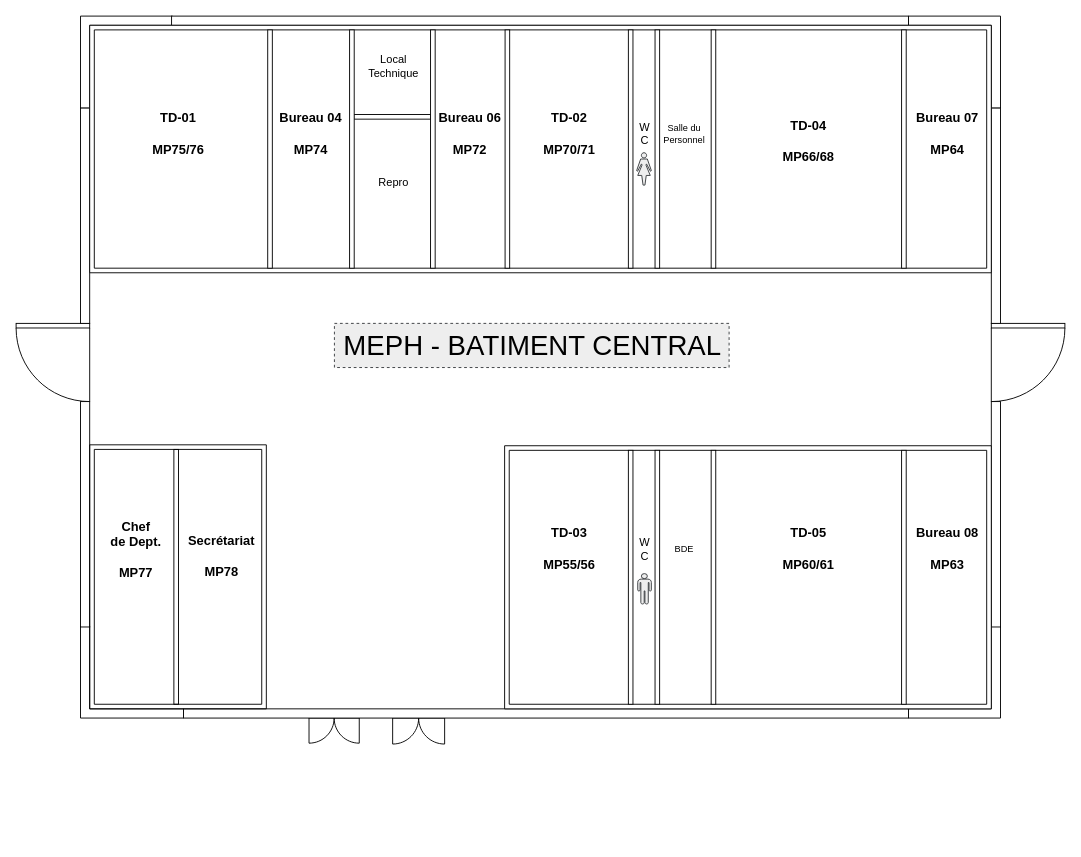
This is meph-plan_chimie.drawio from gI7DUmmY/diagrams, a draw.io file, before an edit. Source tidied: cells renumbered, new cells numbered last; positions are measured from the earlier drawing's top-left corner, leaving out a move shared by most shapes. Both pictures are drawn from the tidied source at 92%, with x=0, y=0 at pixel (16, 16).
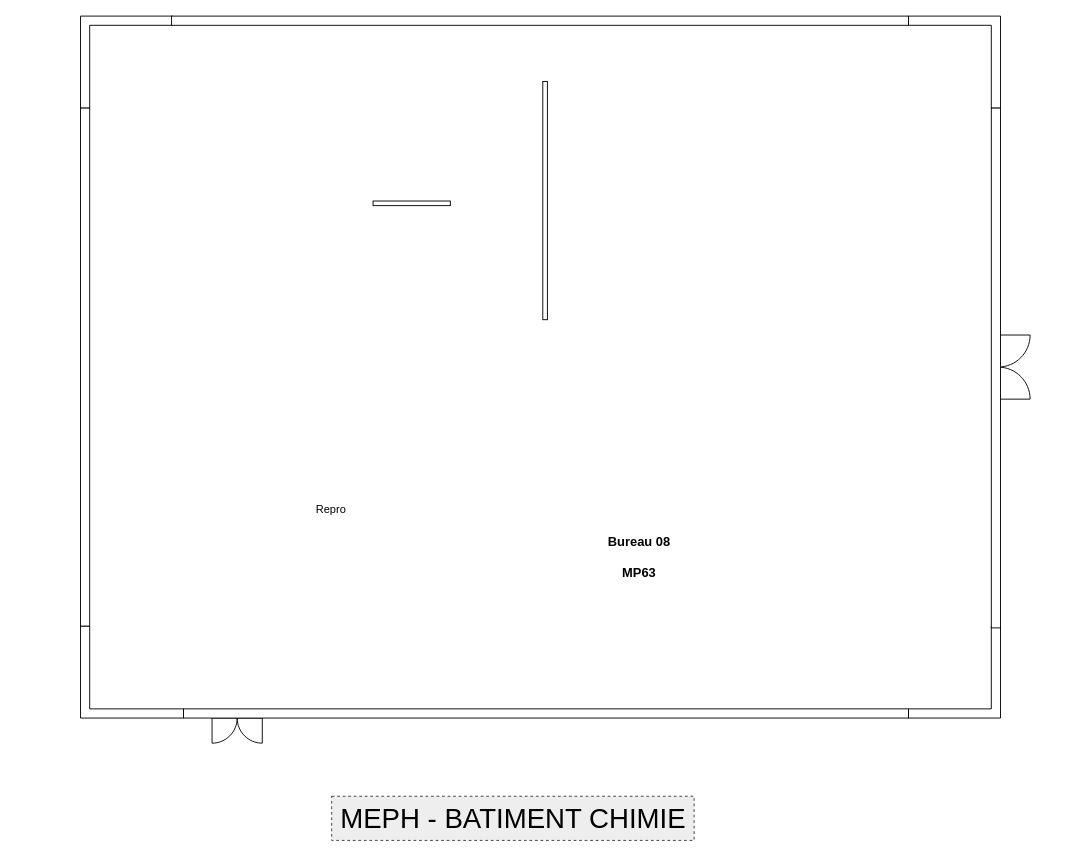
The same diagram, later.

Commit message (it also covers changes not shown here):
Mettre à jour meph-plan_chimie.drawio

Change to the diagram source:
```diff
@@
+    <mxCell id="27" style="verticalLabelPosition=bottom;html=1;verticalAlign=top;align=center;shape=mxgraph.floorplan.doorDouble;strokeColor=default;fontFamily=Helvetica;fontSize=12;fontColor=default;fillColor=default;" parent="1" vertex="1">
+      <mxGeometry x="213" y="758" width="54.6" height="29" as="geometry" />
+    </mxCell>
+    <mxCell id="53" style="verticalLabelPosition=bottom;html=1;verticalAlign=top;align=center;shape=mxgraph.floorplan.doorDouble;rotation=-90;" parent="1" vertex="1">
+      <mxGeometry x="1046" y="363" width="69.7" height="37" as="geometry" />
+    </mxCell>
     <mxCell id="2" style="verticalLabelPosition=bottom;html=1;verticalAlign=top;align=center;shape=mxgraph.floorplan.wall;fontFamily=Helvetica;fontSize=12;fillColor=default;wallThickness=5;" parent="1" vertex="1">
-      <mxGeometry x="367" y="109" width="84" height="1" as="geometry" />
+      <mxGeometry x="388" y="203" width="84" height="1" as="geometry" />
     </mxCell>
-    <mxCell id="3" style="verticalLabelPosition=bottom;html=1;verticalAlign=top;align=center;shape=mxgraph.floorplan.doorRight;" parent="1" vertex="1">
-      <mxGeometry y="334" width="80" height="85" as="geometry" />
-    </mxCell>
-    <mxCell id="4" style="verticalLabelPosition=bottom;html=1;verticalAlign=top;align=center;shape=mxgraph.floorplan.doorLeft;" parent="1" vertex="1">
-      <mxGeometry x="1060" y="334" width="80" height="85" as="geometry" />
-    </mxCell>
@@
     <mxCell id="9" style="verticalLabelPosition=bottom;html=1;verticalAlign=top;align=center;shape=mxgraph.floorplan.wall;direction=south;" parent="1" vertex="1">
-      <mxGeometry x="1060" y="100" width="10" height="234" as="geometry" />
+      <mxGeometry x="1060" y="100" width="10" height="565" as="geometry" />
     </mxCell>
-    <mxCell id="10" style="verticalLabelPosition=bottom;html=1;verticalAlign=top;align=center;shape=mxgraph.floorplan.wall;direction=south;" parent="1" vertex="1">
-      <mxGeometry x="1060" y="419" width="10" height="245" as="geometry" />
-    </mxCell>
     <mxCell id="11" style="verticalLabelPosition=bottom;html=1;verticalAlign=top;align=center;shape=mxgraph.floorplan.wall;direction=south;" parent="1" vertex="1">
-      <mxGeometry x="70" y="100" width="10" height="234" as="geometry" />
+      <mxGeometry x="70" y="100" width="10" height="563" as="geometry" />
     </mxCell>
-    <mxCell id="12" style="verticalLabelPosition=bottom;html=1;verticalAlign=top;align=center;shape=mxgraph.floorplan.wall;direction=south;" parent="1" vertex="1">
-      <mxGeometry x="70" y="419" width="10" height="245" as="geometry" />
-    </mxCell>
@@
-    <mxCell id="14" style="verticalLabelPosition=bottom;html=1;verticalAlign=top;align=center;shape=mxgraph.floorplan.wall;direction=south;wallThickness=5;" parent="1" vertex="1">
-      <mxGeometry x="169" y="471" width="10" height="277" as="geometry" />
-    </mxCell>
-    <mxCell id="15" value="Chef&lt;div style=&quot;font-size: 14px;&quot;&gt;de Dept.&lt;/div&gt;&lt;div style=&quot;font-size: 14px;&quot;&gt;&lt;br style=&quot;font-size: 14px;&quot;&gt;&lt;/div&gt;&lt;div style=&quot;font-size: 14px;&quot;&gt;MP77&lt;/div&gt;" style="text;html=1;align=center;verticalAlign=middle;strokeColor=none;fillColor=none;fontStyle=1;fontSize=14;" parent="1" vertex="1">
-      <mxGeometry x="94" y="540" width="71" height="79" as="geometry" />
-    </mxCell>
-    <mxCell id="16" value="Secrétariat&lt;div style=&quot;font-size: 14px;&quot;&gt;&lt;br style=&quot;font-size: 14px;&quot;&gt;&lt;/div&gt;&lt;div style=&quot;font-size: 14px;&quot;&gt;MP78&lt;/div&gt;" style="text;html=1;align=center;verticalAlign=middle;strokeColor=none;fillColor=none;fontStyle=1;fontSize=14;" parent="1" vertex="1">
-      <mxGeometry x="180" y="556" width="86" height="62" as="geometry" />
-    </mxCell>
-    <mxCell id="17" style="verticalLabelPosition=bottom;html=1;verticalAlign=top;align=center;shape=mxgraph.floorplan.room;wallThickness=5;" parent="1" vertex="1">
-      <mxGeometry x="80" y="10" width="980" height="269" as="geometry" />
-    </mxCell>
-    <mxCell id="18" style="verticalLabelPosition=bottom;html=1;verticalAlign=top;align=center;shape=mxgraph.floorplan.wall;direction=south;fontFamily=Helvetica;fontSize=12;wallThickness=5;" parent="1" vertex="1">
-      <mxGeometry x="271" y="15" width="10" height="259" as="geometry" />
-    </mxCell>
-    <mxCell id="19" value="TD-01&lt;div style=&quot;font-size: 14px;&quot;&gt;&lt;br style=&quot;font-size: 14px;&quot;&gt;&lt;/div&gt;&lt;div style=&quot;font-size: 14px;&quot;&gt;MP75/76&lt;/div&gt;" style="text;html=1;align=center;verticalAlign=middle;strokeColor=none;fillColor=none;fontFamily=Helvetica;fontSize=14;fontColor=default;fontStyle=1;" parent="1" vertex="1">
-      <mxGeometry x="139" y="97" width="74" height="62" as="geometry" />
-    </mxCell>
-    <mxCell id="20" style="verticalLabelPosition=bottom;html=1;verticalAlign=top;align=center;shape=mxgraph.floorplan.wall;direction=south;fontFamily=Helvetica;fontSize=12;wallThickness=5;" parent="1" vertex="1">
-      <mxGeometry x="360" y="15" width="10" height="259" as="geometry" />
-    </mxCell>
     <mxCell id="21" style="verticalLabelPosition=bottom;html=1;verticalAlign=top;align=center;shape=mxgraph.floorplan.wall;direction=south;fontFamily=Helvetica;fontSize=12;wallThickness=5;" parent="1" vertex="1">
-      <mxGeometry x="448" y="15" width="10" height="259" as="geometry" />
+      <mxGeometry x="570" y="71" width="10" height="259" as="geometry" />
     </mxCell>
-    <mxCell id="22" value="Local&lt;div&gt;Technique&lt;/div&gt;" style="text;html=1;align=center;verticalAlign=middle;strokeColor=none;fillColor=none;fontFamily=Helvetica;fontSize=12;fontColor=default;" parent="1" vertex="1">
-      <mxGeometry x="373" y="34" width="73" height="41" as="geometry" />
-    </mxCell>
     <mxCell id="23" value="Repro" style="text;html=1;align=center;verticalAlign=middle;strokeColor=none;fillColor=none;fontFamily=Helvetica;fontSize=12;fontColor=default;" parent="1" vertex="1">
-      <mxGeometry x="384" y="168" width="51" height="26" as="geometry" />
+      <mxGeometry x="316" y="524" width="51" height="26" as="geometry" />
     </mxCell>
-    <mxCell id="24" value="Bureau 04&lt;div style=&quot;font-size: 14px;&quot;&gt;&lt;br style=&quot;font-size: 14px;&quot;&gt;&lt;/div&gt;&lt;div style=&quot;font-size: 14px;&quot;&gt;MP74&lt;/div&gt;" style="text;html=1;align=center;verticalAlign=middle;strokeColor=none;fillColor=none;fontFamily=Helvetica;fontSize=14;fontColor=default;fontStyle=1;" parent="1" vertex="1">
-      <mxGeometry x="278" y="97" width="83" height="62" as="geometry" />
-    </mxCell>
-    <mxCell id="25" style="verticalLabelPosition=bottom;html=1;verticalAlign=top;align=center;shape=mxgraph.floorplan.wall;direction=south;fontFamily=Helvetica;fontSize=12;wallThickness=5;" parent="1" vertex="1">
-      <mxGeometry x="529" y="15" width="10" height="259" as="geometry" />
-    </mxCell>
-    <mxCell id="26" value="Bureau 06&lt;div style=&quot;font-size: 14px;&quot;&gt;&lt;br style=&quot;font-size: 14px;&quot;&gt;&lt;/div&gt;&lt;div style=&quot;font-size: 14px;&quot;&gt;MP72&lt;/div&gt;" style="text;html=1;align=center;verticalAlign=middle;strokeColor=none;fillColor=none;fontFamily=Helvetica;fontSize=14;fontColor=default;fontStyle=1;" parent="1" vertex="1">
-      <mxGeometry x="451" y="97" width="83" height="62" as="geometry" />
-    </mxCell>
-    <mxCell id="27" style="verticalLabelPosition=bottom;html=1;verticalAlign=top;align=center;shape=mxgraph.floorplan.doorDouble;strokeColor=default;fontFamily=Helvetica;fontSize=12;fontColor=default;fillColor=default;" parent="1" vertex="1">
-      <mxGeometry x="318.4" y="758" width="54.6" height="29" as="geometry" />
-    </mxCell>
-    <mxCell id="28" style="verticalLabelPosition=bottom;html=1;verticalAlign=top;align=center;shape=mxgraph.floorplan.doorDouble;strokeColor=default;fontFamily=Helvetica;fontSize=12;fontColor=default;fillColor=default;" parent="1" vertex="1">
-      <mxGeometry x="409.3" y="758" width="56.5" height="30" as="geometry" />
-    </mxCell>
@@
-    <mxCell id="30" style="verticalLabelPosition=middle;html=1;verticalAlign=middle;align=center;shape=mxgraph.floorplan.room;fillStyle=auto;shadow=0;labelPosition=center;perimeter=rectanglePerimeter;wallThickness=5;fillColor=none;" parent="1" vertex="1">
-      <mxGeometry x="80" y="466" width="192" height="287" as="geometry" />
-    </mxCell>
-    <mxCell id="31" style="verticalLabelPosition=bottom;html=1;verticalAlign=top;align=center;shape=mxgraph.floorplan.room;fontFamily=Helvetica;fontSize=12;wallThickness=5;" parent="1" vertex="1">
-      <mxGeometry x="531" y="467" width="529" height="286" as="geometry" />
-    </mxCell>
-    <mxCell id="32" style="verticalLabelPosition=bottom;html=1;verticalAlign=top;align=center;shape=mxgraph.floorplan.wall;direction=south;fontFamily=Helvetica;fontSize=12;wallThickness=5;" parent="1" vertex="1">
-      <mxGeometry x="663" y="15" width="10" height="259" as="geometry" />
-    </mxCell>
-    <mxCell id="33" value="TD-02&lt;div style=&quot;font-size: 14px;&quot;&gt;&lt;br style=&quot;font-size: 14px;&quot;&gt;&lt;/div&gt;&lt;div style=&quot;font-size: 14px;&quot;&gt;MP70/71&lt;/div&gt;" style="text;html=1;align=center;verticalAlign=middle;strokeColor=none;fillColor=none;fontFamily=Helvetica;fontSize=14;fontColor=default;fontStyle=1;" parent="1" vertex="1">
-      <mxGeometry x="564" y="97" width="74" height="62" as="geometry" />
-    </mxCell>
-    <mxCell id="34" style="verticalLabelPosition=bottom;html=1;verticalAlign=top;align=center;shape=mxgraph.floorplan.wall;direction=south;fontFamily=Helvetica;fontSize=12;wallThickness=5;" parent="1" vertex="1">
-      <mxGeometry x="663" y="472" width="10" height="276" as="geometry" />
-    </mxCell>
-    <mxCell id="35" value="TD-03&lt;div style=&quot;font-size: 14px;&quot;&gt;&lt;br style=&quot;font-size: 14px;&quot;&gt;&lt;/div&gt;&lt;div style=&quot;font-size: 14px;&quot;&gt;MP55/56&lt;/div&gt;" style="text;html=1;align=center;verticalAlign=middle;strokeColor=none;fillColor=none;fontFamily=Helvetica;fontSize=14;fontColor=default;fontStyle=1;" parent="1" vertex="1">
-      <mxGeometry x="564" y="548" width="74" height="62" as="geometry" />
-    </mxCell>
-    <mxCell id="36" style="verticalLabelPosition=bottom;html=1;verticalAlign=top;align=center;shape=mxgraph.floorplan.wall;direction=south;fontFamily=Helvetica;fontSize=12;wallThickness=5;" parent="1" vertex="1">
-      <mxGeometry x="692" y="15" width="10" height="259" as="geometry" />
-    </mxCell>
-    <mxCell id="37" style="verticalLabelPosition=bottom;html=1;verticalAlign=top;align=center;shape=mxgraph.floorplan.wall;direction=south;fontFamily=Helvetica;fontSize=12;wallThickness=5;" parent="1" vertex="1">
-      <mxGeometry x="692" y="472" width="10" height="276" as="geometry" />
-    </mxCell>
-    <mxCell id="38" value="W&lt;div&gt;C&lt;/div&gt;" style="text;html=1;align=center;verticalAlign=middle;strokeColor=none;fillColor=none;fontFamily=Helvetica;fontSize=12;fontColor=default;" parent="1" vertex="1">
-      <mxGeometry x="668" y="107.5" width="29" height="41" as="geometry" />
-    </mxCell>
-    <mxCell id="39" value="W&lt;div&gt;C&lt;/div&gt;" style="text;html=1;align=center;verticalAlign=middle;strokeColor=none;fillColor=none;fontFamily=Helvetica;fontSize=12;fontColor=default;" parent="1" vertex="1">
-      <mxGeometry x="668" y="559" width="29" height="41" as="geometry" />
-    </mxCell>
-    <mxCell id="40" style="shape=mxgraph.signs.people.man_1;html=1;verticalLabelPosition=bottom;verticalAlign=top;align=center;sketch=0;fontFamily=Helvetica;fontSize=12;fillColor=#eeeeee;strokeColor=#36393d;" parent="1" vertex="1">
-      <mxGeometry x="675.7" y="606" width="14.8" height="33" as="geometry" />
-    </mxCell>
-    <mxCell id="41" style="shape=mxgraph.signs.people.woman_2;html=1;fillColor=#eeeeee;strokeColor=#36393d;verticalLabelPosition=bottom;verticalAlign=top;align=center;sketch=0;fontFamily=Helvetica;fontSize=12;" parent="1" vertex="1">
-      <mxGeometry x="674.5" y="148.5" width="16" height="35.2" as="geometry" />
-    </mxCell>
-    <mxCell id="42" style="verticalLabelPosition=bottom;html=1;verticalAlign=top;align=center;shape=mxgraph.floorplan.wall;direction=south;fontFamily=Helvetica;fontSize=12;wallThickness=5;" parent="1" vertex="1">
-      <mxGeometry x="753" y="15" width="10" height="259" as="geometry" />
-    </mxCell>
-    <mxCell id="43" style="verticalLabelPosition=bottom;html=1;verticalAlign=top;align=center;shape=mxgraph.floorplan.wall;direction=south;fontFamily=Helvetica;fontSize=12;wallThickness=5;" parent="1" vertex="1">
-      <mxGeometry x="960" y="15" width="10" height="259" as="geometry" />
-    </mxCell>
-    <mxCell id="44" style="verticalLabelPosition=bottom;html=1;verticalAlign=top;align=center;shape=mxgraph.floorplan.wall;direction=south;fontFamily=Helvetica;fontSize=12;wallThickness=5;" parent="1" vertex="1">
-      <mxGeometry x="960" y="472" width="10" height="276" as="geometry" />
-    </mxCell>
-    <mxCell id="45" style="verticalLabelPosition=bottom;html=1;verticalAlign=top;align=center;shape=mxgraph.floorplan.wall;direction=south;fontFamily=Helvetica;fontSize=12;wallThickness=5;" parent="1" vertex="1">
-      <mxGeometry x="753" y="472" width="10" height="276" as="geometry" />
-    </mxCell>
-    <mxCell id="46" value="&lt;font style=&quot;font-size: 10px;&quot;&gt;Salle du&lt;/font&gt;&lt;div style=&quot;font-size: 10px;&quot;&gt;&lt;font style=&quot;font-size: 10px;&quot;&gt;Personnel&lt;/font&gt;&lt;/div&gt;" style="text;html=1;align=center;verticalAlign=middle;strokeColor=none;fillColor=none;fontFamily=Helvetica;fontSize=12;fontColor=default;" parent="1" vertex="1">
-      <mxGeometry x="694" y="107.5" width="63" height="38" as="geometry" />
-    </mxCell>
-    <mxCell id="47" value="&lt;span style=&quot;font-size: 10px;&quot;&gt;BDE&lt;/span&gt;" style="text;html=1;align=center;verticalAlign=middle;strokeColor=none;fillColor=none;fontFamily=Helvetica;fontSize=12;fontColor=default;" parent="1" vertex="1">
-      <mxGeometry x="706" y="565.5" width="39" height="26" as="geometry" />
-    </mxCell>
-    <mxCell id="48" value="TD-04&lt;div style=&quot;font-size: 14px;&quot;&gt;&lt;br style=&quot;font-size: 14px;&quot;&gt;&lt;/div&gt;&lt;div style=&quot;font-size: 14px;&quot;&gt;MP66/68&lt;/div&gt;" style="text;html=1;align=center;verticalAlign=middle;strokeColor=none;fillColor=none;fontFamily=Helvetica;fontSize=14;fontColor=default;fontStyle=1;" parent="1" vertex="1">
-      <mxGeometry x="824" y="104.5" width="74" height="62" as="geometry" />
-    </mxCell>
-    <mxCell id="49" value="TD-05&lt;div style=&quot;font-size: 14px;&quot;&gt;&lt;br style=&quot;font-size: 14px;&quot;&gt;&lt;/div&gt;&lt;div style=&quot;font-size: 14px;&quot;&gt;MP60/61&lt;/div&gt;" style="text;html=1;align=center;verticalAlign=middle;strokeColor=none;fillColor=none;fontFamily=Helvetica;fontSize=14;fontColor=default;fontStyle=1;" parent="1" vertex="1">
-      <mxGeometry x="824" y="548" width="74" height="62" as="geometry" />
-    </mxCell>
-    <mxCell id="50" value="Bureau 07&lt;div style=&quot;font-size: 14px;&quot;&gt;&lt;br style=&quot;font-size: 14px;&quot;&gt;&lt;/div&gt;&lt;div style=&quot;font-size: 14px;&quot;&gt;MP64&lt;/div&gt;" style="text;html=1;align=center;verticalAlign=middle;strokeColor=none;fillColor=none;fontFamily=Helvetica;fontSize=14;fontColor=default;fontStyle=1;" parent="1" vertex="1">
-      <mxGeometry x="970" y="97" width="83" height="62" as="geometry" />
-    </mxCell>
     <mxCell id="51" value="Bureau 08&lt;div style=&quot;font-size: 14px;&quot;&gt;&lt;br style=&quot;font-size: 14px;&quot;&gt;&lt;/div&gt;&lt;div style=&quot;font-size: 14px;&quot;&gt;MP63&lt;/div&gt;" style="text;html=1;align=center;verticalAlign=middle;strokeColor=none;fillColor=none;fontFamily=Helvetica;fontSize=14;fontColor=default;fontStyle=1;" parent="1" vertex="1">
-      <mxGeometry x="970" y="548" width="83" height="62" as="geometry" />
+      <mxGeometry x="635" y="557" width="83" height="62" as="geometry" />
     </mxCell>
-    <mxCell id="52" value="MEPH - BATIMENT CENTRAL" style="text;html=1;align=center;verticalAlign=middle;fontFamily=Helvetica;fontSize=30;fillColor=#eeeeee;strokeColor=#36393d;dashed=1;" parent="1" vertex="1">
-      <mxGeometry x="346" y="334" width="429" height="48" as="geometry" />
+    <mxCell id="52" value="MEPH - BATIMENT CHIMIE" style="text;html=1;align=center;verticalAlign=middle;fontFamily=Helvetica;fontSize=30;fillColor=#eeeeee;strokeColor=#36393d;dashed=1;" parent="1" vertex="1">
+      <mxGeometry x="343" y="848" width="394" height="48" as="geometry" />
     </mxCell>
```
